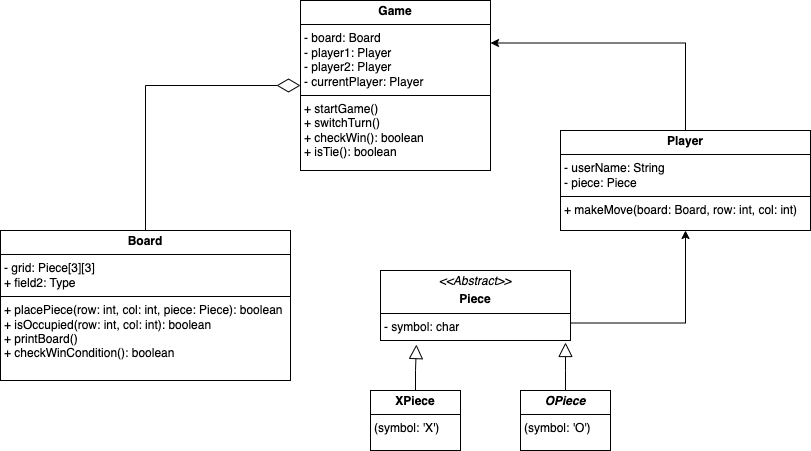
illiteratewaffle/RetroArcade keeps this draw.io diagram as planning_documents/Game_Logic_Documents/TicTacToe/TTT_UML.drawio.png. Above is the earlier version. Source tidied: cells renumbered, new cells last; positions are measured from the earlier drawing's top-left corner, leaving out a move shared by most shapes.
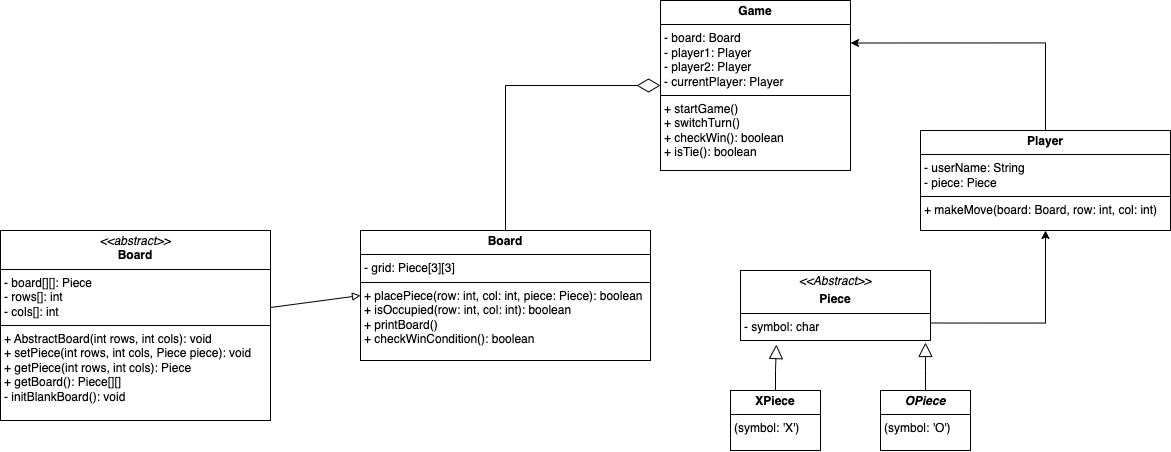
The same file after the commit.

Commit message:
Moved the TicTacToe class diagram to the correct file location.

The edit, as a diff of the source:
```diff
@@ -9,8 +9,8 @@
         </Array>
       </mxGeometry>
     </mxCell>
-    <mxCell id="3" value="&lt;p style=&quot;margin:0px;margin-top:4px;text-align:center;&quot;&gt;&lt;b&gt;Board&lt;/b&gt;&lt;/p&gt;&lt;hr size=&quot;1&quot; style=&quot;border-style:solid;&quot;&gt;&lt;p style=&quot;margin:0px;margin-left:4px;&quot;&gt;- grid: Piece[3][3]&lt;br&gt;+ field2: Type&lt;/p&gt;&lt;hr size=&quot;1&quot; style=&quot;border-style:solid;&quot;&gt;&lt;p style=&quot;margin:0px;margin-left:4px;&quot;&gt;+ placePiece(row: int, col: int, piece: Piece): boolean&lt;/p&gt;&lt;p style=&quot;margin:0px;margin-left:4px;&quot;&gt;+ isOccupied(row: int, col: int): boolean&lt;/p&gt;&lt;p style=&quot;margin:0px;margin-left:4px;&quot;&gt;+ printBoard()&lt;/p&gt;&lt;p style=&quot;margin:0px;margin-left:4px;&quot;&gt;+ checkWinCondition(): boolean&lt;/p&gt;" style="verticalAlign=top;align=left;overflow=fill;html=1;whiteSpace=wrap;" parent="1" vertex="1">
-      <mxGeometry y="230" width="290" height="150" as="geometry" />
+    <mxCell id="3" value="&lt;p style=&quot;margin:0px;margin-top:4px;text-align:center;&quot;&gt;&lt;b&gt;Board&lt;/b&gt;&lt;/p&gt;&lt;hr size=&quot;1&quot; style=&quot;border-style:solid;&quot;&gt;&lt;p style=&quot;margin:0px;margin-left:4px;&quot;&gt;- grid: Piece[3][3]&lt;br&gt;&lt;/p&gt;&lt;hr size=&quot;1&quot; style=&quot;border-style:solid;&quot;&gt;&lt;p style=&quot;margin:0px;margin-left:4px;&quot;&gt;+ placePiece(row: int, col: int, piece: Piece): boolean&lt;/p&gt;&lt;p style=&quot;margin:0px;margin-left:4px;&quot;&gt;+ isOccupied(row: int, col: int): boolean&lt;/p&gt;&lt;p style=&quot;margin:0px;margin-left:4px;&quot;&gt;+ printBoard()&lt;/p&gt;&lt;p style=&quot;margin:0px;margin-left:4px;&quot;&gt;+ checkWinCondition(): boolean&lt;/p&gt;" style="verticalAlign=top;align=left;overflow=fill;html=1;whiteSpace=wrap;" parent="1" vertex="1">
+      <mxGeometry y="230" width="290" height="130" as="geometry" />
     </mxCell>
     <mxCell id="4" style="edgeStyle=orthogonalEdgeStyle;rounded=0;jettySize=auto;html=1;entryX=1;entryY=0.25;entryDx=0;entryDy=0;exitX=0.5;exitY=0;exitDx=0;exitDy=0;" parent="1" edge="1" source="5" target="6">
       <mxGeometry relative="1" as="geometry" />
@@ -41,5 +41,11 @@
         <mxPoint x="565" y="342" as="targetPoint" />
       </mxGeometry>
     </mxCell>
+    <mxCell id="13" value="&lt;p style=&quot;margin:0px;margin-top:4px;text-align:center;&quot;&gt;&lt;i&gt;&amp;lt;&amp;lt;abstract&amp;gt;&amp;gt;&lt;/i&gt;&lt;br&gt;&lt;b&gt;Board&lt;/b&gt;&lt;/p&gt;&lt;hr size=&quot;1&quot; style=&quot;border-style:solid;&quot;&gt;&lt;p style=&quot;margin:0px;margin-left:4px;&quot;&gt;- board[][]: Piece&lt;/p&gt;&lt;p style=&quot;margin:0px;margin-left:4px;&quot;&gt;- rows[]: int&lt;/p&gt;&lt;p style=&quot;margin:0px;margin-left:4px;&quot;&gt;- cols[]: int&lt;/p&gt;&lt;hr size=&quot;1&quot; style=&quot;border-style:solid;&quot;&gt;&lt;p style=&quot;margin:0px;margin-left:4px;&quot;&gt;+ AbstractBoard(int rows, int cols): void&lt;br&gt;+ setPiece(int rows, int cols, Piece piece): void&lt;/p&gt;&lt;p style=&quot;margin:0px;margin-left:4px;&quot;&gt;+ getPiece(int rows, int cols): Piece&lt;/p&gt;&lt;p style=&quot;margin:0px;margin-left:4px;&quot;&gt;+ getBoard(): Piece[][]&lt;/p&gt;&lt;p style=&quot;margin:0px;margin-left:4px;&quot;&gt;- initBlankBoard(): void&lt;/p&gt;" style="verticalAlign=top;align=left;overflow=fill;html=1;whiteSpace=wrap;" parent="1" vertex="1">
+      <mxGeometry x="-360" y="230" width="270" height="190" as="geometry" />
+    </mxCell>
+    <mxCell id="14" style="rounded=0;jettySize=auto;html=1;entryX=0;entryY=0.5;entryDx=0;entryDy=0;endArrow=block;endFill=0;" parent="1" edge="1" source="13" target="3">
+      <mxGeometry relative="1" as="geometry" />
+    </mxCell>
   </root>
 </mxGraphModel>
```
